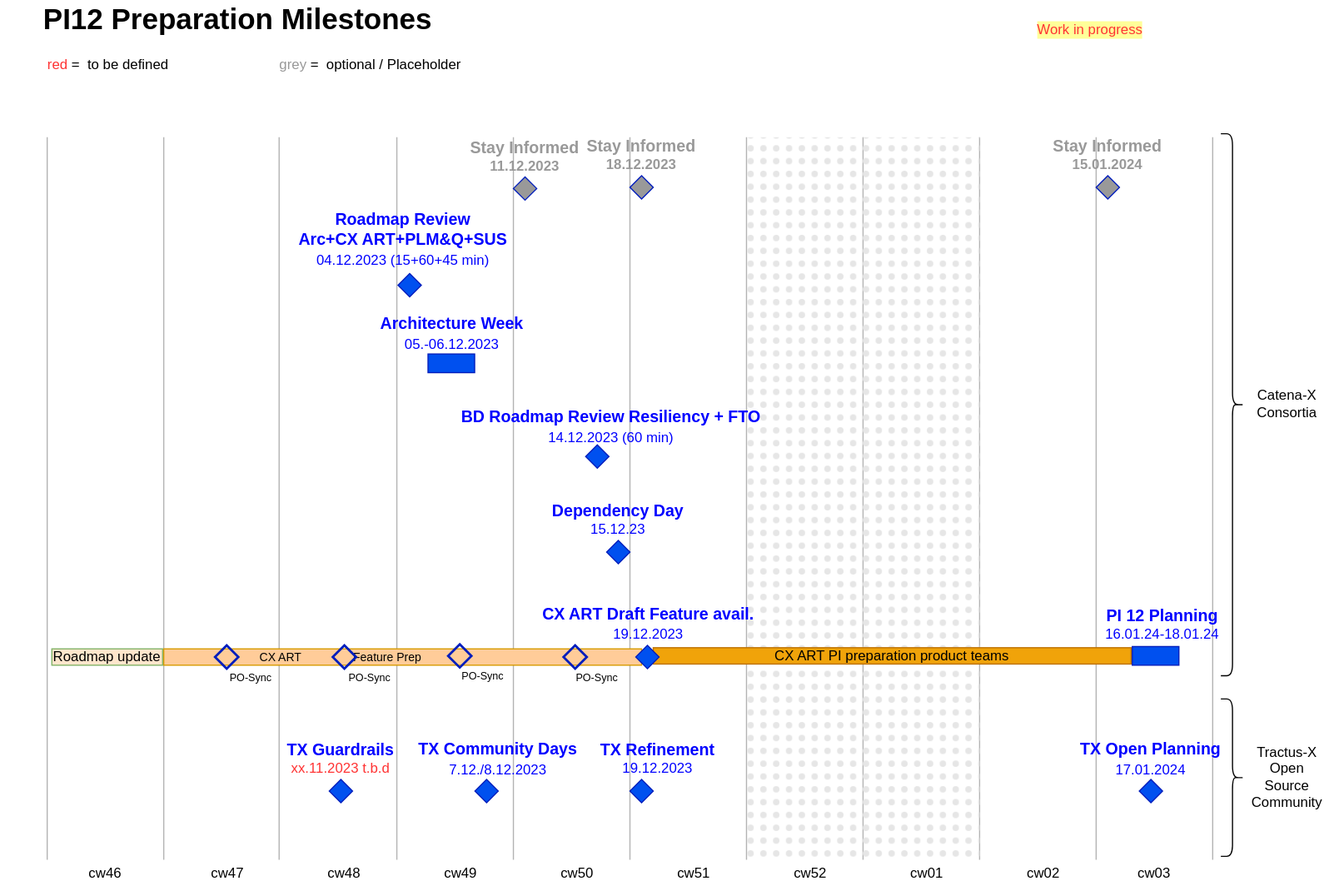
The draw.io diagram PI12-Preparation-Timeline.drawio.svg in mabige/scratchpad, before a commit. Source tidied: cells renumbered, new cells last; positions are measured from the earlier drawing's top-left corner, leaving out a move shared by most shapes.
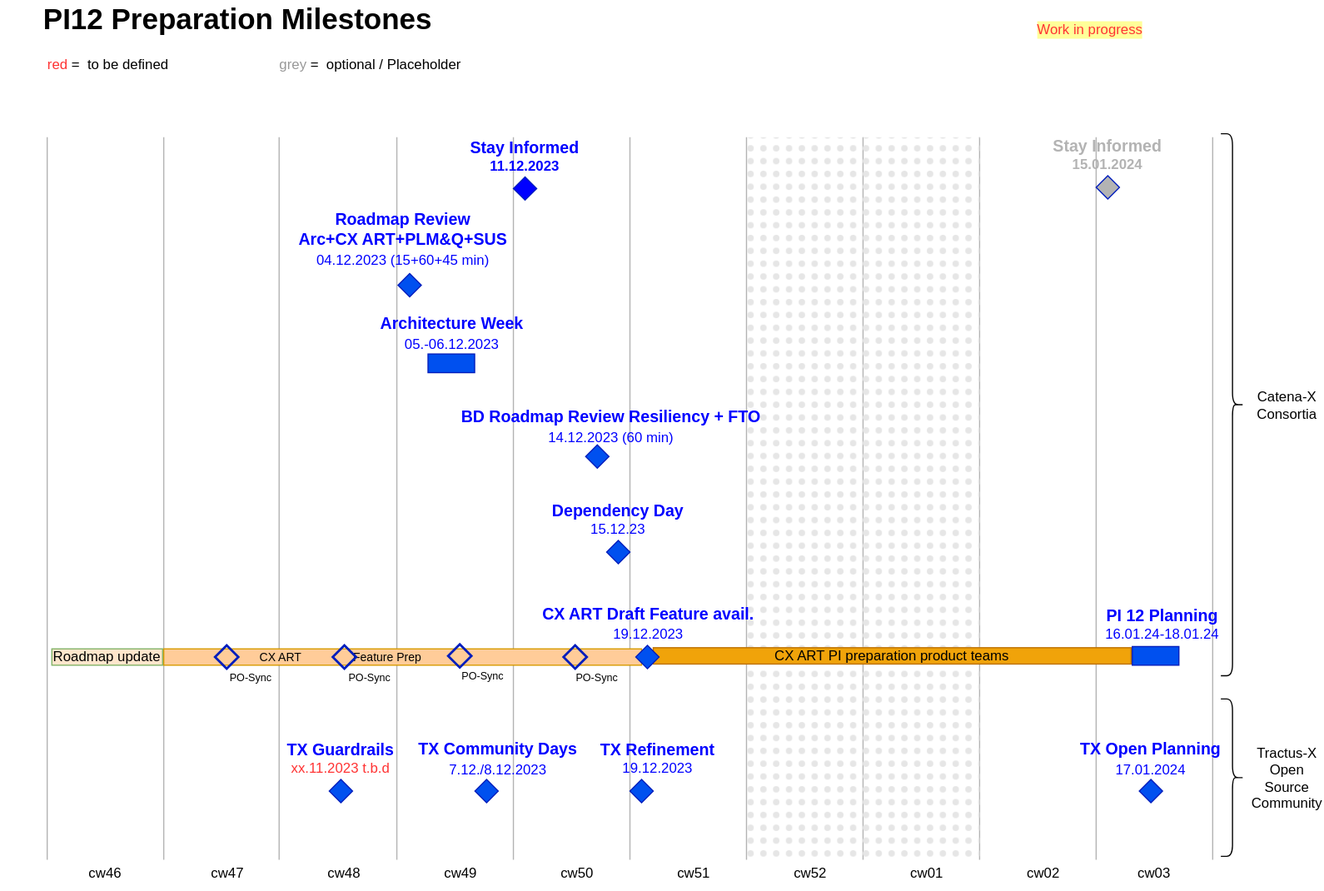
The same file after the commit.

Change to the diagram source:
```diff
@@ -110,16 +110,10 @@
     <mxCell id="26" style="rounded=0;whiteSpace=wrap;html=1;fillColor=#0050ef;fontColor=#ffffff;strokeColor=#001DBC;" parent="24" vertex="1">
       <mxGeometry x="34" y="34" width="40" height="16" as="geometry" />
     </mxCell>
-    <mxCell id="27" value="&lt;div&gt;&lt;font style=&quot;font-size: 14px;&quot;&gt;Stay Informed&lt;br&gt;&lt;/font&gt;&lt;font style=&quot;font-size: 12px;&quot;&gt;18.12.2023&lt;font style=&quot;font-size: 12px;&quot;&gt;&lt;br&gt;&lt;/font&gt;&lt;/font&gt;&lt;/div&gt;" style="text;html=1;strokeColor=none;fillColor=none;align=center;verticalAlign=middle;whiteSpace=wrap;rounded=0;fontStyle=1;fontColor=#999999;" parent="1" vertex="1">
-      <mxGeometry x="490" y="117" width="120" height="30" as="geometry" />
-    </mxCell>
-    <mxCell id="28" style="rhombus;whiteSpace=wrap;html=1;fillColor=#999999;fontColor=#ffffff;strokeColor=#001DBC;" parent="1" vertex="1">
-      <mxGeometry x="540" y="150" width="20" height="20" as="geometry" />
-    </mxCell>
-    <mxCell id="29" value="&lt;div&gt;&lt;font style=&quot;font-size: 14px;&quot;&gt;Stay Informed&lt;br&gt;&lt;/font&gt;&lt;font style=&quot;font-size: 12px;&quot;&gt;15.01.2024&lt;font style=&quot;font-size: 12px;&quot;&gt;&lt;br&gt;&lt;/font&gt;&lt;/font&gt;&lt;/div&gt;" style="text;html=1;strokeColor=none;fillColor=none;align=center;verticalAlign=middle;whiteSpace=wrap;rounded=0;fontStyle=1;fontColor=#999999;" parent="1" vertex="1">
+    <mxCell id="29" value="&lt;div&gt;&lt;font style=&quot;font-size: 14px;&quot;&gt;Stay Informed&lt;br&gt;&lt;/font&gt;&lt;font style=&quot;font-size: 12px;&quot;&gt;15.01.2024&lt;font style=&quot;font-size: 12px;&quot;&gt;&lt;br&gt;&lt;/font&gt;&lt;/font&gt;&lt;/div&gt;" style="text;html=1;strokeColor=none;fillColor=none;align=center;verticalAlign=middle;whiteSpace=wrap;rounded=0;fontStyle=1;fontColor=#B3B3B3;" parent="1" vertex="1">
       <mxGeometry x="890" y="117" width="120" height="30" as="geometry" />
     </mxCell>
-    <mxCell id="30" style="rhombus;whiteSpace=wrap;html=1;fillColor=#999999;fontColor=#ffffff;strokeColor=#001DBC;" parent="1" vertex="1">
+    <mxCell id="30" style="rhombus;whiteSpace=wrap;html=1;fillColor=#B3B3B3;fontColor=#ffffff;strokeColor=#001DBC;" parent="1" vertex="1">
       <mxGeometry x="940" y="150" width="20" height="20" as="geometry" />
     </mxCell>
     <mxCell id="31" value="&lt;div style=&quot;font-size: 14px;&quot;&gt;BD Roadmap Review&lt;font style=&quot;font-size: 14px;&quot;&gt; Resiliency + FTO&lt;br&gt;&lt;/font&gt;&lt;font style=&quot;font-size: 12px;&quot;&gt;&lt;span style=&quot;font-weight: normal;&quot;&gt;14.12.2023&lt;/span&gt;&lt;font style=&quot;font-size: 12px;&quot;&gt;&lt;span style=&quot;font-weight: normal;&quot;&gt; (60 min)&lt;/span&gt;&lt;br&gt;&lt;/font&gt;&lt;/font&gt;&lt;/div&gt;" style="text;html=1;strokeColor=none;fillColor=none;align=center;verticalAlign=middle;whiteSpace=wrap;rounded=0;fontStyle=1;fontColor=#0000FF;" parent="1" vertex="1">
@@ -215,10 +209,10 @@
     <mxCell id="61" style="rhombus;whiteSpace=wrap;html=1;fillColor=#0050ef;fontColor=#ffffff;strokeColor=#001DBC;" parent="1" vertex="1">
       <mxGeometry x="540" y="668" width="20" height="20" as="geometry" />
     </mxCell>
-    <mxCell id="62" value="&lt;div&gt;&lt;font style=&quot;font-size: 14px;&quot;&gt;Stay Informed&lt;br&gt;&lt;/font&gt;&lt;font style=&quot;font-size: 12px;&quot;&gt;11.12.2023&lt;font style=&quot;font-size: 12px;&quot;&gt;&lt;br&gt;&lt;/font&gt;&lt;/font&gt;&lt;/div&gt;" style="text;html=1;strokeColor=none;fillColor=none;align=center;verticalAlign=middle;whiteSpace=wrap;rounded=0;fontStyle=1;fontColor=#999999;" parent="1" vertex="1">
+    <mxCell id="62" value="&lt;div&gt;&lt;font style=&quot;font-size: 14px;&quot;&gt;Stay Informed&lt;br&gt;&lt;/font&gt;&lt;font style=&quot;font-size: 12px;&quot;&gt;11.12.2023&lt;font style=&quot;font-size: 12px;&quot;&gt;&lt;br&gt;&lt;/font&gt;&lt;/font&gt;&lt;/div&gt;" style="text;html=1;strokeColor=none;fillColor=none;align=center;verticalAlign=middle;whiteSpace=wrap;rounded=0;fontStyle=1;fontColor=#0000FF;" parent="1" vertex="1">
       <mxGeometry x="390" y="118" width="120" height="30" as="geometry" />
     </mxCell>
-    <mxCell id="63" style="rhombus;whiteSpace=wrap;html=1;fillColor=#999999;fontColor=#ffffff;strokeColor=#001DBC;" parent="1" vertex="1">
+    <mxCell id="63" style="rhombus;whiteSpace=wrap;html=1;fillColor=#0000FF;fontColor=#ffffff;strokeColor=#001DBC;" parent="1" vertex="1">
       <mxGeometry x="440" y="151" width="20" height="20" as="geometry" />
     </mxCell>
     <mxCell id="64" style="rhombus;whiteSpace=wrap;html=1;fillColor=#0050ef;fontColor=#ffffff;strokeColor=#001DBC;" parent="1" vertex="1">
```
